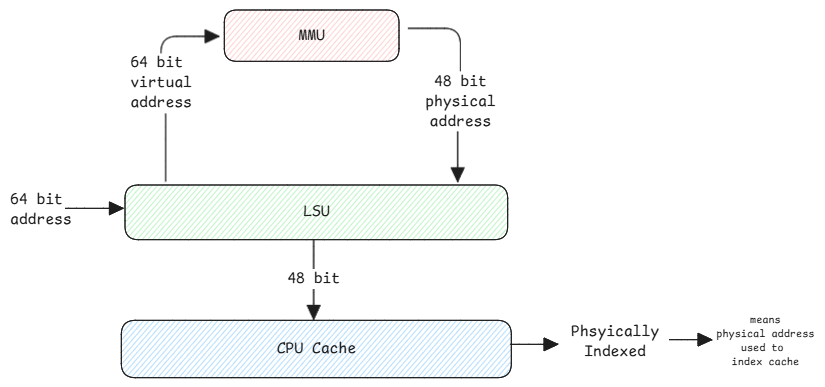
This is static/img/cpu-cache-mmu.excalidraw.png from swaroopar/inprogress-engineer, a Excalidraw export, as it was before one commit. Source tidied: one line per element, renumbered; positions are measured from the earlier drawing's top-left corner, leaving out a move shared by most shapes. Its diagram source:
```json
{"id": 0, "type": "rectangle", "strokeColor": "#1e1e1e", "backgroundColor": "#b2f2bb", "fillStyle": "hachure", "strokeWidth": 1, "roughness": 0, "round": true, "x": 115, "y": 175, "width": 383, "height": 55}
{"id": 1, "type": "text", "text": "LSU", "strokeColor": "#1e1e1e", "strokeWidth": 2, "roughness": 1, "fontSize": 16, "fontFamily": 8, "textAlign": "center", "verticalAlign": "middle", "inside": 0, "x": 293, "y": 192, "width": 26, "height": 20}
{"id": 2, "type": "arrow", "strokeColor": "#1e1e1e", "strokeWidth": 1, "roughness": 0, "endArrowhead": "triangle", "round": true, "x": 55, "y": 198, "width": 58, "height": 0, "points": [[0, 0], [58, 0]]}
{"id": 3, "type": "text", "text": "64 bit \naddress", "strokeColor": "#1e1e1e", "strokeWidth": 1, "roughness": 0, "fontSize": 16, "fontFamily": 8, "x": 0, "y": 180, "width": 62, "height": 40}
{"id": 4, "type": "rectangle", "strokeColor": "#1e1e1e", "backgroundColor": "#ffc9c9", "fillStyle": "hachure", "strokeWidth": 1, "roughness": 0, "round": true, "x": 214, "y": 0, "width": 175, "height": 51}
{"id": 5, "type": "text", "text": "MMU", "strokeColor": "#1e1e1e", "strokeWidth": 2, "roughness": 1, "fontSize": 16, "fontFamily": 8, "textAlign": "center", "verticalAlign": "middle", "inside": 4, "x": 288, "y": 16, "width": 26, "height": 20}
{"id": 6, "type": "arrow", "strokeColor": "#1e1e1e", "strokeWidth": 1, "roughness": 0, "endArrowhead": "triangle", "from": 0, "to": 4, "x": 156, "y": 172, "width": 58, "height": 145, "points": [[0, 0], [0, -99], [-5, -99], [-5, -145], [53, -145]]}
{"id": 7, "type": "text", "text": "64 bit \nvirtual\naddress", "strokeColor": "#1e1e1e", "strokeWidth": 1, "roughness": 0, "fontSize": 16, "fontFamily": 8, "textAlign": "center", "verticalAlign": "middle", "inside": 6, "x": 120, "y": 43, "width": 62, "height": 60}
{"id": 8, "type": "arrow", "strokeColor": "#1e1e1e", "strokeWidth": 1, "roughness": 0, "endArrowhead": "triangle", "from": 4, "to": 0, "x": 398, "y": 18, "width": 52, "height": 153, "points": [[0, 0], [52, 0], [52, 73], [49, 73], [49, 153]]}
{"id": 9, "type": "text", "text": "48 bit\nphysical\naddress", "strokeColor": "#1e1e1e", "strokeWidth": 1, "roughness": 0, "fontSize": 16, "fontFamily": 8, "textAlign": "center", "verticalAlign": "middle", "inside": 8, "x": 415, "y": 62, "width": 70, "height": 60}
{"id": 10, "type": "rectangle", "strokeColor": "#1e1e1e", "backgroundColor": "#a5d8ff", "fillStyle": "hachure", "strokeWidth": 1, "roughness": 0, "round": true, "x": 111, "y": 310, "width": 390, "height": 57}
{"id": 11, "type": "text", "text": "CPU Cache", "strokeColor": "#1e1e1e", "strokeWidth": 1, "roughness": 0, "fontSize": 16, "fontFamily": 8, "textAlign": "center", "verticalAlign": "middle", "inside": 10, "x": 267, "y": 329, "width": 79, "height": 20}
{"id": 12, "type": "arrow", "strokeColor": "#1e1e1e", "strokeWidth": 1, "roughness": 0, "endArrowhead": "triangle", "from": 10, "x": 500, "y": 334, "width": 47, "height": 0, "points": [[0, 0], [47, 0]]}
{"id": 13, "type": "text", "text": "Phsyically\nIndexed", "strokeColor": "#1e1e1e", "strokeWidth": 1, "roughness": 0, "fontSize": 16, "fontFamily": 8, "textAlign": "center", "x": 561, "y": 312, "width": 88, "height": 40}
{"id": 14, "type": "arrow", "strokeColor": "#1e1e1e", "strokeWidth": 1, "roughness": 0, "endArrowhead": "triangle", "x": 659, "y": 330, "width": 43, "height": 0, "points": [[0, 0], [43, 0]]}
{"id": 15, "type": "text", "text": "means\nphysical address\nused to \nindex cache", "strokeColor": "#1e1e1e", "strokeWidth": 1, "roughness": 0, "fontSize": 11.15, "fontFamily": 8, "textAlign": "center", "x": 705, "y": 303, "width": 101, "height": 56}
{"id": 16, "type": "arrow", "strokeColor": "#1e1e1e", "strokeWidth": 1, "roughness": 0, "endArrowhead": "triangle", "x": 304, "y": 229, "width": 0, "height": 80, "points": [[0, 0], [0, 80]]}
{"id": 17, "type": "text", "text": "48 bit", "strokeColor": "#1e1e1e", "backgroundColor": "#ffc9c9", "fillStyle": "hachure", "strokeWidth": 4, "roughness": 0, "fontSize": 16, "fontFamily": 8, "textAlign": "center", "verticalAlign": "middle", "inside": 16, "x": 277, "y": 259, "width": 53, "height": 20}
```
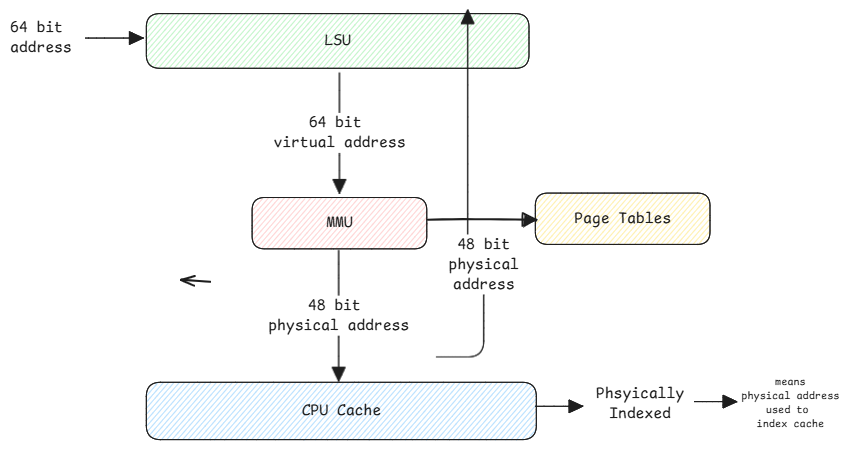
Above is the later version.

Change to the diagram source:
```diff
@@ -1,18 +1,19 @@
-{"id": 0, "type": "rectangle", "strokeColor": "#1e1e1e", "backgroundColor": "#b2f2bb", "fillStyle": "hachure", "strokeWidth": 1, "roughness": 0, "round": true, "x": 115, "y": 175, "width": 383, "height": 55}
+{"id": 0, "type": "rectangle", "strokeColor": "#1e1e1e", "backgroundColor": "#b2f2bb", "fillStyle": "hachure", "strokeWidth": 1, "roughness": 0, "round": true, "x": 113, "y": -159, "width": 383, "height": 55}
-{"id": 1, "type": "text", "text": "LSU", "strokeColor": "#1e1e1e", "strokeWidth": 2, "roughness": 1, "fontSize": 16, "fontFamily": 8, "textAlign": "center", "verticalAlign": "middle", "inside": 0, "x": 293, "y": 192, "width": 26, "height": 20}
+{"id": 1, "type": "text", "text": "LSU", "strokeColor": "#1e1e1e", "strokeWidth": 2, "roughness": 1, "fontSize": 16, "fontFamily": 8, "textAlign": "center", "verticalAlign": "middle", "inside": 0, "x": 291, "y": -142, "width": 26, "height": 20}
-{"id": 2, "type": "arrow", "strokeColor": "#1e1e1e", "strokeWidth": 1, "roughness": 0, "endArrowhead": "triangle", "round": true, "x": 55, "y": 198, "width": 58, "height": 0, "points": [[0, 0], [58, 0]]}
+{"id": 2, "type": "arrow", "strokeColor": "#1e1e1e", "strokeWidth": 1, "roughness": 0, "endArrowhead": "triangle", "round": true, "x": 52, "y": -135, "width": 58, "height": 0, "points": [[0, 0], [58, 0]]}
-{"id": 3, "type": "text", "text": "64 bit \naddress", "strokeColor": "#1e1e1e", "strokeWidth": 1, "roughness": 0, "fontSize": 16, "fontFamily": 8, "x": 0, "y": 180, "width": 62, "height": 40}
+{"id": 3, "type": "text", "text": "64 bit \naddress", "strokeColor": "#1e1e1e", "strokeWidth": 1, "roughness": 0, "fontSize": 16, "fontFamily": 8, "x": -23, "y": -155, "width": 62, "height": 40}
-{"id": 4, "type": "rectangle", "strokeColor": "#1e1e1e", "backgroundColor": "#ffc9c9", "fillStyle": "hachure", "strokeWidth": 1, "roughness": 0, "round": true, "x": 214, "y": 0, "width": 175, "height": 51}
+{"id": 4, "type": "rectangle", "strokeColor": "#1e1e1e", "backgroundColor": "#ffc9c9", "fillStyle": "hachure", "strokeWidth": 1, "roughness": 0, "round": true, "x": 219, "y": 24, "width": 175, "height": 51}
-{"id": 5, "type": "text", "text": "MMU", "strokeColor": "#1e1e1e", "strokeWidth": 2, "roughness": 1, "fontSize": 16, "fontFamily": 8, "textAlign": "center", "verticalAlign": "middle", "inside": 4, "x": 288, "y": 16, "width": 26, "height": 20}
+{"id": 5, "type": "text", "text": "MMU", "strokeColor": "#1e1e1e", "strokeWidth": 2, "roughness": 1, "fontSize": 16, "fontFamily": 8, "textAlign": "center", "verticalAlign": "middle", "inside": 4, "x": 293, "y": 40, "width": 26, "height": 20}
-{"id": 6, "type": "arrow", "strokeColor": "#1e1e1e", "strokeWidth": 1, "roughness": 0, "endArrowhead": "triangle", "from": 0, "to": 4, "x": 156, "y": 172, "width": 58, "height": 145, "points": [[0, 0], [0, -99], [-5, -99], [-5, -145], [53, -145]]}
+{"id": 6, "type": "arrow", "strokeColor": "#1e1e1e", "strokeWidth": 1, "roughness": 0, "endArrowhead": "triangle", "from": 0, "x": 306, "y": -100, "width": 0, "height": 120, "points": [[0, 0], [0, 120]]}
-{"id": 7, "type": "text", "text": "64 bit \nvirtual\naddress", "strokeColor": "#1e1e1e", "strokeWidth": 1, "roughness": 0, "fontSize": 16, "fontFamily": 8, "textAlign": "center", "verticalAlign": "middle", "inside": 6, "x": 120, "y": 43, "width": 62, "height": 60}
+{"id": 7, "type": "text", "text": "64 bit \nvirtual address", "strokeColor": "#1e1e1e", "strokeWidth": 1, "roughness": 0, "fontSize": 16, "fontFamily": 8, "textAlign": "center", "verticalAlign": "middle", "inside": 6, "x": 240, "y": 10, "width": 132, "height": 40}
-{"id": 8, "type": "arrow", "strokeColor": "#1e1e1e", "strokeWidth": 1, "roughness": 0, "endArrowhead": "triangle", "from": 4, "to": 0, "x": 398, "y": 18, "width": 52, "height": 153, "points": [[0, 0], [52, 0], [52, 73], [49, 73], [49, 153]]}
-{"id": 9, "type": "text", "text": "48 bit\nphysical\naddress", "strokeColor": "#1e1e1e", "strokeWidth": 1, "roughness": 0, "fontSize": 16, "fontFamily": 8, "textAlign": "center", "verticalAlign": "middle", "inside": 8, "x": 415, "y": 62, "width": 70, "height": 60}
-{"id": 10, "type": "rectangle", "strokeColor": "#1e1e1e", "backgroundColor": "#a5d8ff", "fillStyle": "hachure", "strokeWidth": 1, "roughness": 0, "round": true, "x": 111, "y": 310, "width": 390, "height": 57}
+{"id": 10, "type": "rectangle", "strokeColor": "#1e1e1e", "backgroundColor": "#a5d8ff", "fillStyle": "hachure", "strokeWidth": 1, "roughness": 0, "round": true, "x": 113, "y": 209, "width": 390, "height": 57}
-{"id": 11, "type": "text", "text": "CPU Cache", "strokeColor": "#1e1e1e", "strokeWidth": 1, "roughness": 0, "fontSize": 16, "fontFamily": 8, "textAlign": "center", "verticalAlign": "middle", "inside": 10, "x": 267, "y": 329, "width": 79, "height": 20}
+{"id": 11, "type": "text", "text": "CPU Cache", "strokeColor": "#1e1e1e", "strokeWidth": 1, "roughness": 0, "fontSize": 16, "fontFamily": 8, "textAlign": "center", "verticalAlign": "middle", "inside": 10, "x": 268, "y": 228, "width": 79, "height": 20}
-{"id": 12, "type": "arrow", "strokeColor": "#1e1e1e", "strokeWidth": 1, "roughness": 0, "endArrowhead": "triangle", "from": 10, "x": 500, "y": 334, "width": 47, "height": 0, "points": [[0, 0], [47, 0]]}
+{"id": 12, "type": "arrow", "strokeColor": "#1e1e1e", "strokeWidth": 1, "roughness": 0, "endArrowhead": "triangle", "x": 502, "y": 233, "width": 47, "height": 0, "points": [[0, 0], [47, 0]]}
-{"id": 13, "type": "text", "text": "Phsyically\nIndexed", "strokeColor": "#1e1e1e", "strokeWidth": 1, "roughness": 0, "fontSize": 16, "fontFamily": 8, "textAlign": "center", "x": 561, "y": 312, "width": 88, "height": 40}
+{"id": 13, "type": "text", "text": "Phsyically\nIndexed", "strokeColor": "#1e1e1e", "strokeWidth": 1, "roughness": 0, "fontSize": 16, "fontFamily": 8, "textAlign": "center", "x": 563, "y": 211, "width": 88, "height": 40}
-{"id": 14, "type": "arrow", "strokeColor": "#1e1e1e", "strokeWidth": 1, "roughness": 0, "endArrowhead": "triangle", "x": 659, "y": 330, "width": 43, "height": 0, "points": [[0, 0], [43, 0]]}
+{"id": 14, "type": "arrow", "strokeColor": "#1e1e1e", "strokeWidth": 1, "roughness": 0, "endArrowhead": "triangle", "x": 661, "y": 229, "width": 43, "height": 0, "points": [[0, 0], [43, 0]]}
-{"id": 15, "type": "text", "text": "means\nphysical address\nused to \nindex cache", "strokeColor": "#1e1e1e", "strokeWidth": 1, "roughness": 0, "fontSize": 11.15, "fontFamily": 8, "textAlign": "center", "x": 705, "y": 303, "width": 101, "height": 56}
+{"id": 15, "type": "text", "text": "means\nphysical address\nused to \nindex cache", "strokeColor": "#1e1e1e", "strokeWidth": 1, "roughness": 0, "fontSize": 11.15, "fontFamily": 8, "textAlign": "center", "x": 707, "y": 202, "width": 101, "height": 56}
-{"id": 16, "type": "arrow", "strokeColor": "#1e1e1e", "strokeWidth": 1, "roughness": 0, "endArrowhead": "triangle", "x": 304, "y": 229, "width": 0, "height": 80, "points": [[0, 0], [0, 80]]}
+{"id": 16, "type": "arrow", "strokeColor": "#1e1e1e", "strokeWidth": 1, "roughness": 0, "endArrowhead": "triangle", "x": 305, "y": 77, "width": 0, "height": 131, "points": [[0, 0], [0, 131]]}
-{"id": 17, "type": "text", "text": "48 bit", "strokeColor": "#1e1e1e", "backgroundColor": "#ffc9c9", "fillStyle": "hachure", "strokeWidth": 4, "roughness": 0, "fontSize": 16, "fontFamily": 8, "textAlign": "center", "verticalAlign": "middle", "inside": 16, "x": 277, "y": 259, "width": 53, "height": 20}
+{"id": 17, "type": "text", "text": "48 bit \nphysical address", "strokeColor": "#1e1e1e", "backgroundColor": "#ffc9c9", "fillStyle": "hachure", "strokeWidth": 4, "roughness": 0, "fontSize": 16, "fontFamily": 8, "textAlign": "center", "verticalAlign": "middle", "inside": 16, "x": 235, "y": 264, "width": 141, "height": 40}
+{"id": 18, "type": "arrow", "strokeColor": "#1e1e1e", "strokeWidth": 2, "roughness": 1, "endArrowhead": "triangle", "x": 395, "y": 47, "width": 0, "height": 0, "points": [[0, 0], [108, 0]]}
+{"id": 19, "type": "rectangle", "strokeColor": "#1e1e1e", "backgroundColor": "#ffec99", "fillStyle": "hachure", "strokeWidth": 1, "roughness": 0, "round": true, "x": 502, "y": 20, "width": 175, "height": 51}
+{"id": 20, "type": "text", "text": "Page Tables", "strokeColor": "#1e1e1e", "strokeWidth": 2, "roughness": 1, "fontSize": 16, "fontFamily": 8, "textAlign": "center", "verticalAlign": "middle", "inside": 19, "x": 541, "y": 36, "width": 97, "height": 20}
```
